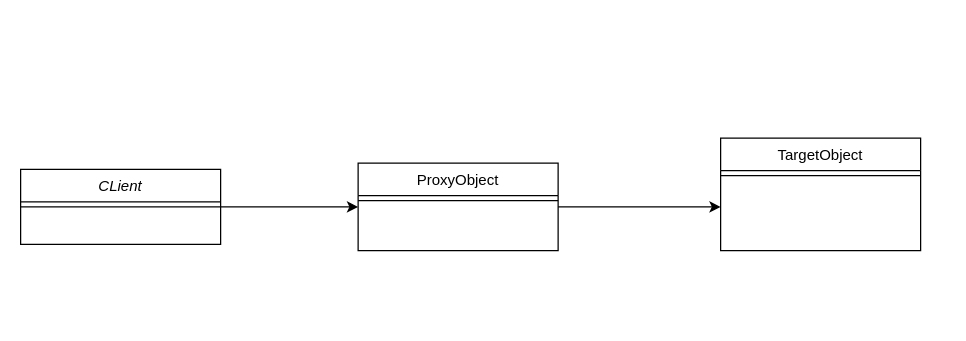
Earlier version of the draw.io diagram 代理模式.drawio (qiuquanhui/images). Source tidied: cells renumbered, new cells numbered last; positions are measured from the earlier drawing's top-left corner, leaving out a move shared by most shapes. Both pictures are drawn from the tidied source at 125%, with x=0, y=0 at pixel (20, 138).
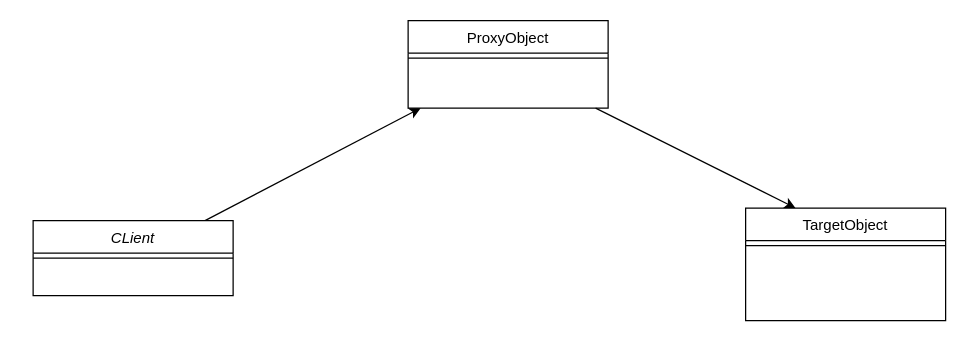
Above is the later version.

Commit message (it also covers changes not shown here):
更新代理模式.drawio

Diff of the diagram source:
```diff
@@
 <mxGraphModel>
   <root>
     <mxCell id="0" />
     <mxCell id="1" parent="0" />
-    <mxCell id="2" style="edgeStyle=orthogonalEdgeStyle;rounded=0;jettySize=auto;html=1;entryX=0;entryY=0.5;entryDx=0;entryDy=0;" parent="1" edge="1" source="3" target="6">
-      <mxGeometry relative="1" as="geometry" />
+    <mxCell id="2" style="rounded=0;jettySize=auto;html=1;" parent="1" edge="1" source="3">
+      <mxGeometry relative="1" as="geometry">
+        <mxPoint x="320" y="-24" as="targetPoint" />
+      </mxGeometry>
     </mxCell>
     <mxCell id="3" value="CLient" style="swimlane;fontStyle=2;align=center;verticalAlign=top;horizontal=1;startSize=26;rounded=0;shadow=0;strokeWidth=1;" parent="1" vertex="1">
-      <mxGeometry y="25" width="160" height="60" as="geometry" />
+      <mxGeometry x="10" y="66" width="160" height="60" as="geometry" />
     </mxCell>
     <mxCell id="4" style="line;html=1;strokeWidth=1;align=left;verticalAlign=middle;spacingTop=-1;spacingLeft=3;spacingRight=3;labelPosition=right;" parent="3" vertex="1">
       <mxGeometry y="26" width="160" height="8" as="geometry" />
     </mxCell>
-    <mxCell id="5" style="edgeStyle=orthogonalEdgeStyle;rounded=0;jettySize=auto;html=1;" parent="1" edge="1" source="6">
-      <mxGeometry relative="1" as="geometry">
-        <mxPoint x="560" y="55" as="targetPoint" />
-      </mxGeometry>
+    <mxCell id="5" style="rounded=0;jettySize=auto;html=1;entryX=0.25;entryY=0;entryDx=0;entryDy=0;" parent="1" edge="1" source="6" target="8">
+      <mxGeometry relative="1" as="geometry" />
     </mxCell>
     <mxCell id="6" value="ProxyObject" style="swimlane;fontStyle=0;align=center;verticalAlign=top;horizontal=1;startSize=26;rounded=0;shadow=0;strokeWidth=1;" parent="1" vertex="1">
-      <mxGeometry x="270" y="20" width="160" height="70" as="geometry" />
+      <mxGeometry x="310" y="-94" width="160" height="70" as="geometry" />
     </mxCell>
     <mxCell id="7" style="line;html=1;strokeWidth=1;align=left;verticalAlign=middle;spacingTop=-1;spacingLeft=3;spacingRight=3;labelPosition=right;" parent="6" vertex="1">
       <mxGeometry y="26" width="160" height="8" as="geometry" />
     </mxCell>
     <mxCell id="8" value="TargetObject" style="swimlane;fontStyle=0;align=center;verticalAlign=top;horizontal=1;startSize=26;rounded=0;shadow=0;strokeWidth=1;" parent="1" vertex="1">
-      <mxGeometry x="560" width="160" height="90" as="geometry" />
+      <mxGeometry x="580" y="56" width="160" height="90" as="geometry" />
     </mxCell>
     <mxCell id="9" style="line;html=1;strokeWidth=1;align=left;verticalAlign=middle;spacingTop=-1;spacingLeft=3;spacingRight=3;labelPosition=right;" parent="8" vertex="1">
       <mxGeometry y="26" width="160" height="8" as="geometry" />
     </mxCell>
   </root>
 </mxGraphModel>
```
